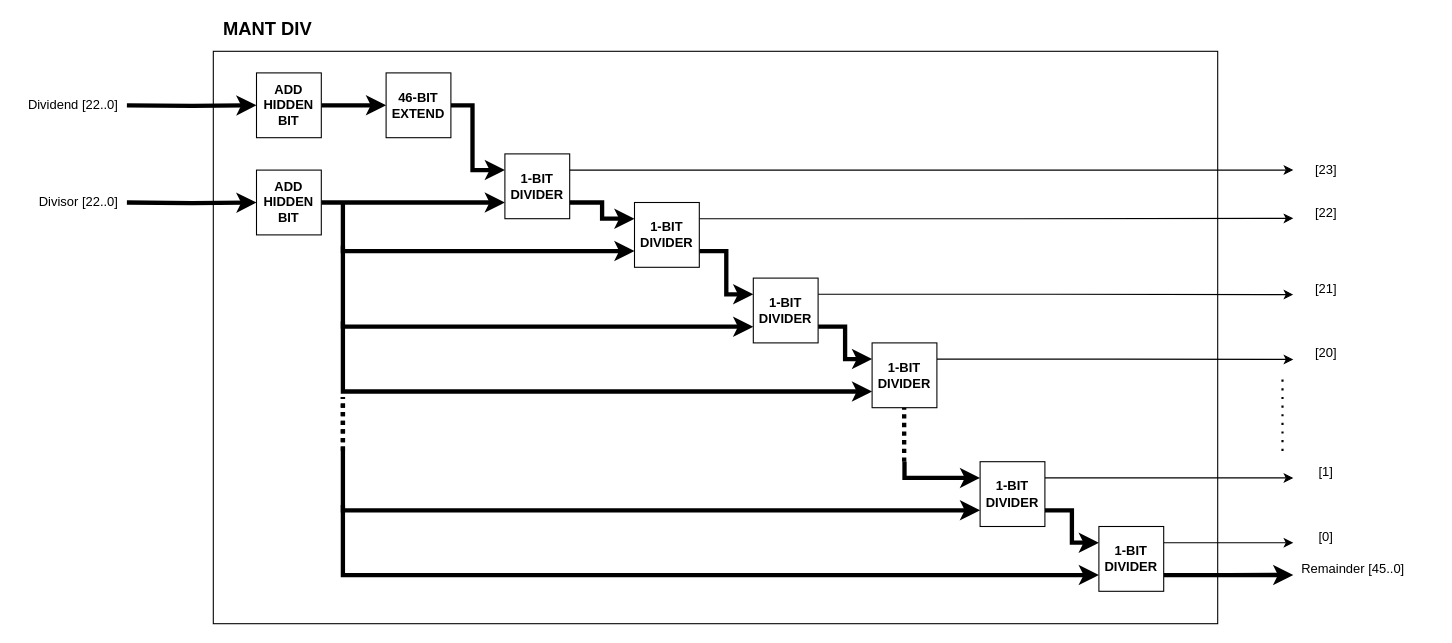
The draw.io diagram page "Mant Div" (11 of 15) of Diagrams/Floating-point.drawio in hohaicongthuan/Project-2, before the edit. Source tidied: cells renumbered, new cells numbered last; positions are measured from the earlier drawing's top-left corner, leaving out a move shared by most shapes. Both pictures are drawn from the tidied source at 108%, with x=0, y=0 at pixel (18, 18).
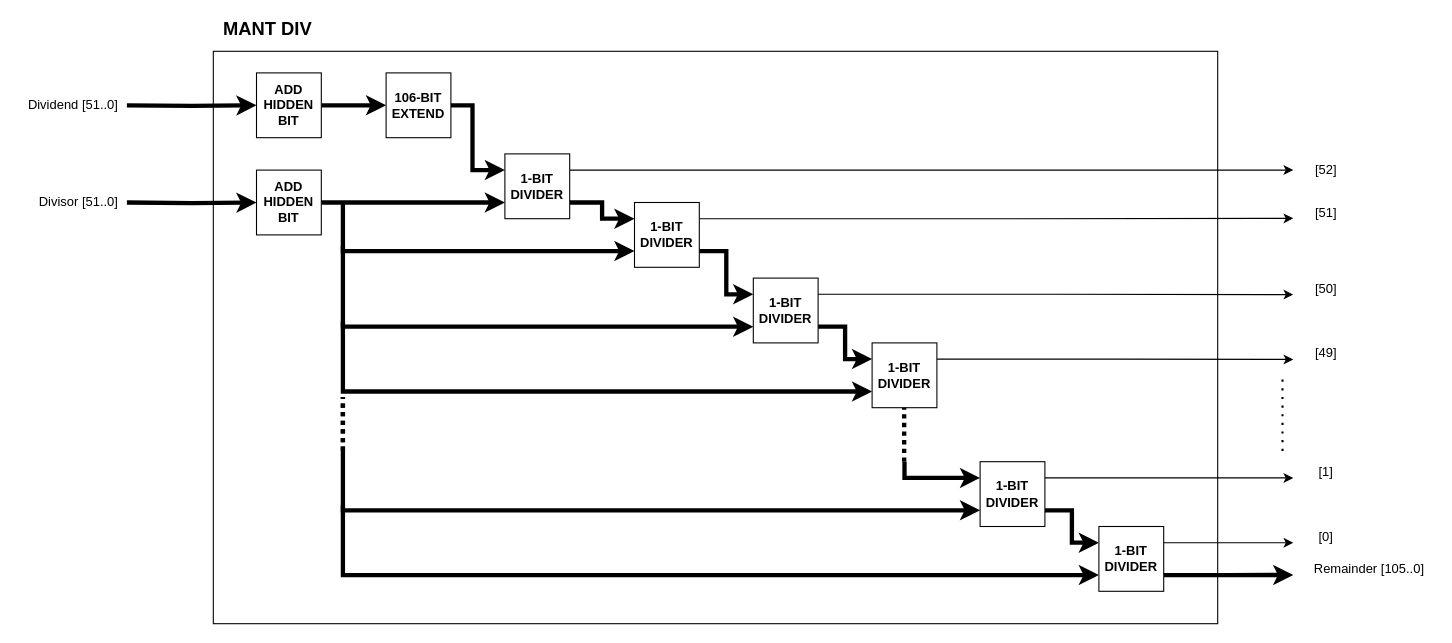
After the change.

The edit, as a diff of the source:
```diff
@@
-    <mxCell id="4" value="Dividend [22..0]" style="text;html=1;align=center;verticalAlign=middle;strokeColor=none;fillColor=none;" parent="1" vertex="1">
+    <mxCell id="4" value="Dividend [51..0]" style="text;html=1;align=center;verticalAlign=middle;strokeColor=none;fillColor=none;" parent="1" vertex="1">
       <mxGeometry y="70" width="100" height="20" as="geometry" />
     </mxCell>
@@
-    <mxCell id="6" value="Divisor [22..0]" style="text;html=1;align=center;verticalAlign=middle;strokeColor=none;fillColor=none;" parent="1" vertex="1">
+    <mxCell id="6" value="Divisor [51..0]" style="text;html=1;align=center;verticalAlign=middle;strokeColor=none;fillColor=none;" parent="1" vertex="1">
       <mxGeometry x="10" y="160" width="90" height="20" as="geometry" />
     </mxCell>
@@
-    <mxCell id="12" value="&lt;b&gt;46-BIT EXTEND&lt;/b&gt;" style="rounded=0;whiteSpace=wrap;html=1;fillColor=#FFFFFF;" parent="1" vertex="1">
+    <mxCell id="12" value="&lt;b&gt;106-BIT EXTEND&lt;/b&gt;" style="rounded=0;whiteSpace=wrap;html=1;fillColor=#FFFFFF;" parent="1" vertex="1">
       <mxGeometry x="340" y="50" width="60" height="60" as="geometry" />
     </mxCell>
@@
-    <mxCell id="40" value="[23]" style="text;html=1;align=center;verticalAlign=middle;strokeColor=none;fillColor=none;" parent="1" vertex="1">
+    <mxCell id="40" value="[52]" style="text;html=1;align=center;verticalAlign=middle;strokeColor=none;fillColor=none;" parent="1" vertex="1">
       <mxGeometry x="1190" y="130" width="40" height="20" as="geometry" />
     </mxCell>
-    <mxCell id="41" value="[22]" style="text;html=1;align=center;verticalAlign=middle;strokeColor=none;fillColor=none;" parent="1" vertex="1">
+    <mxCell id="41" value="[51]" style="text;html=1;align=center;verticalAlign=middle;strokeColor=none;fillColor=none;" parent="1" vertex="1">
       <mxGeometry x="1190" y="170" width="40" height="20" as="geometry" />
     </mxCell>
-    <mxCell id="42" value="[21]" style="text;html=1;align=center;verticalAlign=middle;strokeColor=none;fillColor=none;" parent="1" vertex="1">
+    <mxCell id="42" value="[50]" style="text;html=1;align=center;verticalAlign=middle;strokeColor=none;fillColor=none;" parent="1" vertex="1">
       <mxGeometry x="1190" y="240" width="40" height="20" as="geometry" />
     </mxCell>
-    <mxCell id="43" value="[20]" style="text;html=1;align=center;verticalAlign=middle;strokeColor=none;fillColor=none;" parent="1" vertex="1">
+    <mxCell id="43" value="[49]" style="text;html=1;align=center;verticalAlign=middle;strokeColor=none;fillColor=none;" parent="1" vertex="1">
       <mxGeometry x="1190" y="300" width="40" height="20" as="geometry" />
     </mxCell>
@@
-    <mxCell id="46" value="Remainder [45..0]" style="text;html=1;align=center;verticalAlign=middle;strokeColor=none;fillColor=none;" parent="1" vertex="1">
-      <mxGeometry x="1180" y="500" width="110" height="20" as="geometry" />
+    <mxCell id="46" value="Remainder [105..0]" style="text;html=1;align=center;verticalAlign=middle;strokeColor=none;fillColor=none;" parent="1" vertex="1">
+      <mxGeometry x="1190" y="500" width="120" height="20" as="geometry" />
     </mxCell>
```
